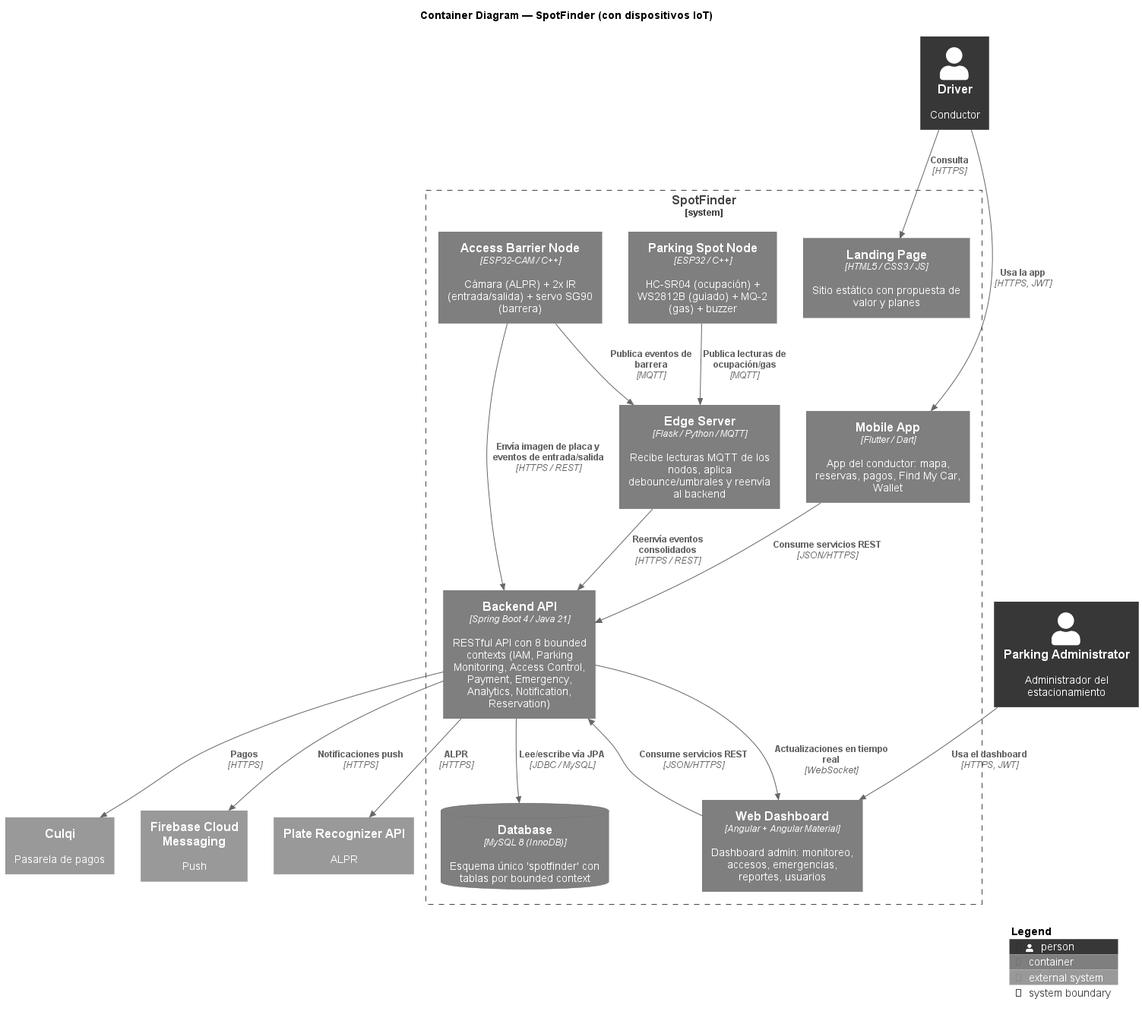
The PlantUML diagram assets/diagrams/c4/spotfinder-container.png in ParkSenseIoT/SpotFinder-Report, before a commit.
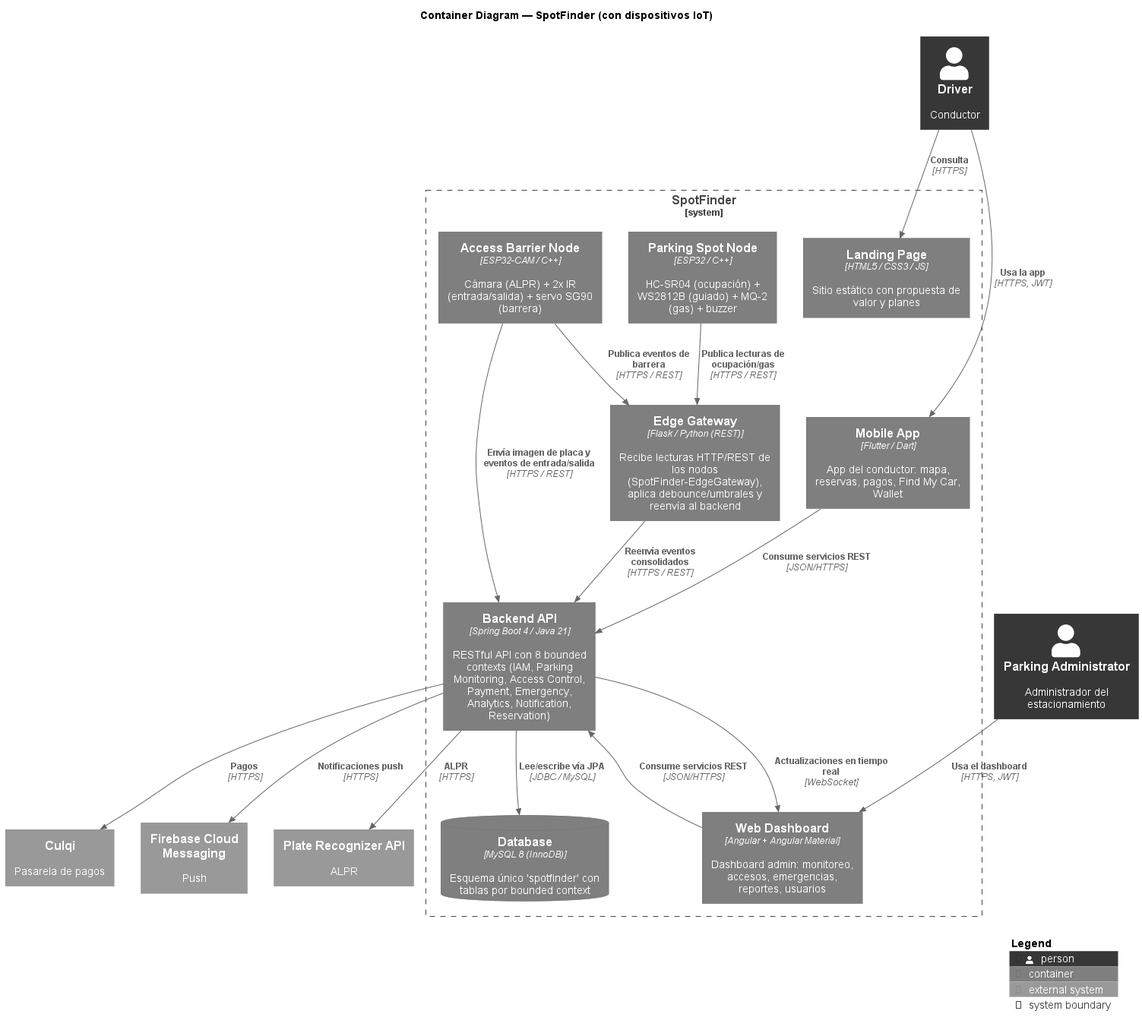
After the commit.

Commit message:
docs(iot): re-export C4 PNGs (container + iot-component) with HTTP/REST edge

Diff of the diagram source:
```diff
@@ -21,7 +21,7 @@
   Container(mobile, "Mobile App", "Flutter / Dart", "App del conductor: mapa, reservas, pagos, Find My Car, Wallet", $tags="MobileApp")
   Container(web, "Web Dashboard", "Angular + Angular Material", "Dashboard admin: monitoreo, accesos, emergencias, reportes, usuarios", $tags="Browser")
   Container(backend, "Backend API", "Spring Boot 4 / Java 21", "RESTful API con 8 bounded contexts (IAM, Parking Monitoring, Access Control, Payment, Emergency, Analytics, Notification, Reservation)")
-  Container(edge, "Edge Server", "Flask / Python / MQTT", "Recibe lecturas MQTT de los nodos, aplica debounce/umbrales y reenvía al backend", $tags="Edge")
+  Container(edge, "Edge Gateway", "Flask / Python (REST)", "Recibe lecturas HTTP/REST de los nodos (SpotFinder-EdgeGateway), aplica debounce/umbrales y reenvía al backend", $tags="Edge")
   ContainerDb(db, "Database", "MySQL 8 (InnoDB)", "Esquema único 'spotfinder' con tablas por bounded context", $tags="Database")
 
   Container(spotNode, "Parking Spot Node", "ESP32 / C++", "HC-SR04 (ocupación) + WS2812B (guiado) + MQ-2 (gas) + buzzer", $tags="IoT")
@@ -40,9 +40,9 @@
 Rel(backend, fcm, "Notificaciones push", "HTTPS")
 Rel(backend, web, "Actualizaciones en tiempo real", "WebSocket")
 
-Rel(spotNode, edge, "Publica lecturas de ocupación/gas", "MQTT")
+Rel(spotNode, edge, "Publica lecturas de ocupación/gas", "HTTPS / REST")
 Rel(barrierNode, backend, "Envía imagen de placa y eventos de entrada/salida", "HTTPS / REST")
-Rel(barrierNode, edge, "Publica eventos de barrera", "MQTT")
+Rel(barrierNode, edge, "Publica eventos de barrera", "HTTPS / REST")
 Rel(edge, backend, "Reenvía eventos consolidados", "HTTPS / REST")
 
 SHOW_LEGEND()
```
